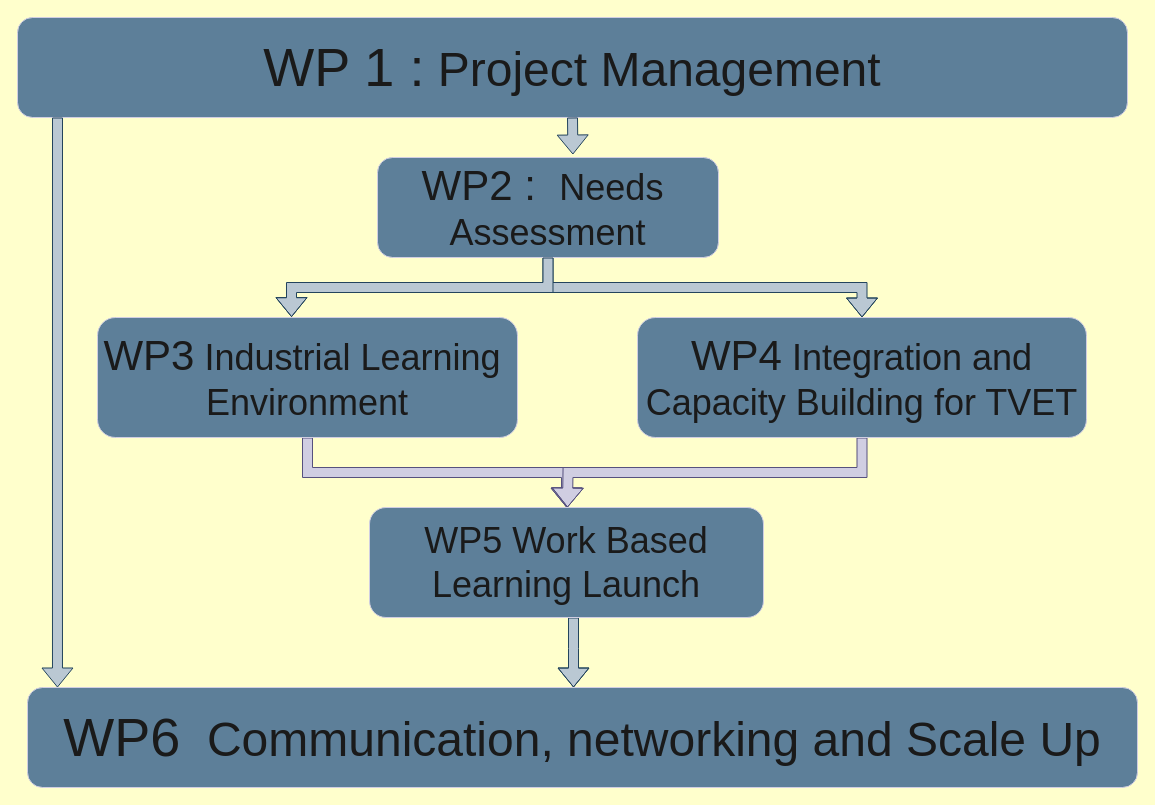
The draw.io diagram Work Package.drawio in Doreen-b-tronic/FT, before the edit. Source tidied: cells renumbered, new cells numbered last; positions are measured from the earlier drawing's top-left corner, leaving out a move shared by most shapes. Both pictures are drawn from the tidied source at 100%, with x=0, y=0 at pixel (17, 17).
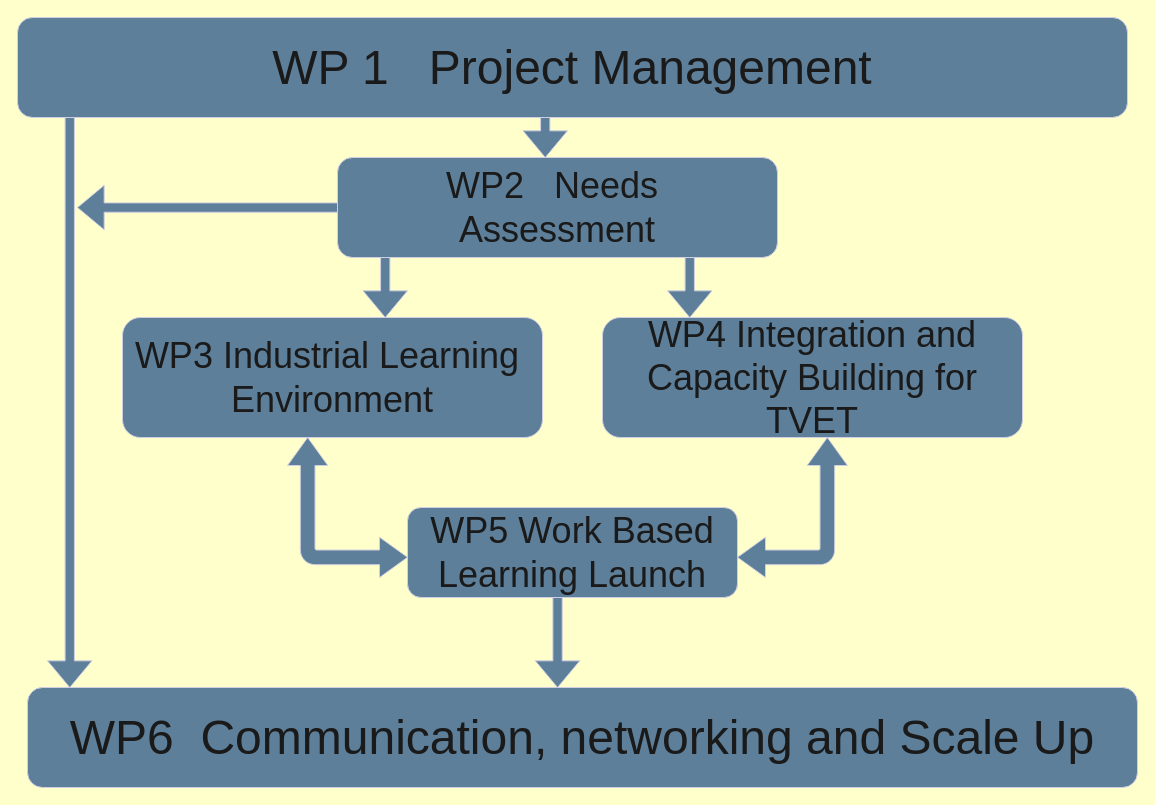
Above is the later version.

Change to the diagram source:
```diff
@@
 <mxGraphModel background="#FFFFCC">
   <root>
     <mxCell id="0" />
     <mxCell id="1" parent="0" />
-    <mxCell id="2" value="&lt;font style=&quot;font-size: 54px;&quot;&gt;WP 1 :&lt;/font&gt;&lt;font style=&quot;font-size: 48px;&quot;&gt;&amp;nbsp;Project Management&lt;/font&gt;" style="rounded=1;whiteSpace=wrap;html=1;labelBackgroundColor=none;fillColor=#5D7F99;strokeColor=#D0CEE2;fontColor=#1A1A1A;" parent="1" vertex="1">
+    <mxCell id="2" value="&lt;font style=&quot;font-size: 48px;&quot;&gt;WP 1&amp;nbsp; &amp;nbsp;Project Management&lt;/font&gt;" style="rounded=1;whiteSpace=wrap;html=1;labelBackgroundColor=none;fillColor=#5D7F99;strokeColor=#D0CEE2;fontColor=#1A1A1A;" parent="1" vertex="1">
       <mxGeometry width="1110" height="100" as="geometry" />
     </mxCell>
-    <mxCell id="3" style="edgeStyle=orthogonalEdgeStyle;shape=flexArrow;rounded=0;jettySize=auto;html=1;labelBackgroundColor=none;strokeColor=#23445d;fontColor=default;fillColor=#bac8d3;" parent="1" edge="1" source="4" target="8">
-      <mxGeometry relative="1" as="geometry" />
-    </mxCell>
-    <mxCell id="4" value="&lt;font style=&quot;font-size: 42px;&quot;&gt;WP2 :&amp;nbsp;&amp;nbsp;&lt;/font&gt;&lt;font style=&quot;font-size: 36px;&quot;&gt;Needs&amp;nbsp;&lt;br&gt;Assessment&lt;/font&gt;" style="rounded=1;whiteSpace=wrap;html=1;labelBackgroundColor=none;fillColor=#5D7F99;strokeColor=#D0CEE2;fontColor=#1A1A1A;" parent="1" vertex="1">
-      <mxGeometry x="360" y="140" width="341" height="100" as="geometry" />
+    <mxCell id="4" value="&lt;font style=&quot;font-size: 36px;&quot;&gt;WP2&amp;nbsp; &amp;nbsp;Needs&amp;nbsp;&lt;br&gt;Assessment&lt;/font&gt;" style="rounded=1;whiteSpace=wrap;html=1;labelBackgroundColor=none;fillColor=#5D7F99;strokeColor=#D0CEE2;fontColor=#1A1A1A;" parent="1" vertex="1">
+      <mxGeometry x="320" y="140" width="440" height="100" as="geometry" />
     </mxCell>
-    <mxCell id="5" style="edgeStyle=orthogonalEdgeStyle;shape=flexArrow;rounded=0;jettySize=auto;html=1;exitX=0.5;exitY=1;exitDx=0;exitDy=0;entryX=0.5;entryY=0;entryDx=0;entryDy=0;labelBackgroundColor=none;strokeColor=#56517e;fontColor=default;fillColor=#d0cee2;" parent="1" edge="1" source="6" target="10">
-      <mxGeometry relative="1" as="geometry" />
-    </mxCell>
-    <mxCell id="6" value="&lt;font style=&quot;font-size: 42px;&quot;&gt;WP3&lt;/font&gt;&lt;font style=&quot;font-size: 36px;&quot;&gt; Industrial Learning&amp;nbsp;&lt;br&gt;Environment&lt;/font&gt;" style="rounded=1;whiteSpace=wrap;html=1;labelBackgroundColor=none;fillColor=#5D7F99;strokeColor=#D0CEE2;fontColor=#1A1A1A;" parent="1" vertex="1">
-      <mxGeometry x="80" y="300" width="420" height="120" as="geometry" />
+    <mxCell id="6" value="&lt;font style=&quot;font-size: 36px;&quot;&gt;WP3 Industrial Learning&amp;nbsp;&lt;br&gt;Environment&lt;/font&gt;" style="rounded=1;whiteSpace=wrap;html=1;labelBackgroundColor=none;fillColor=#5D7F99;strokeColor=#D0CEE2;fontColor=#1A1A1A;" parent="1" vertex="1">
+      <mxGeometry x="105" y="300" width="420" height="120" as="geometry" />
     </mxCell>
-    <mxCell id="7" style="edgeStyle=orthogonalEdgeStyle;shape=flexArrow;rounded=0;jettySize=auto;html=1;exitX=0.5;exitY=1;exitDx=0;exitDy=0;labelBackgroundColor=none;strokeColor=#56517e;fontColor=default;fillColor=#d0cee2;" parent="1" edge="1" source="8">
-      <mxGeometry relative="1" as="geometry">
-        <mxPoint x="550" y="490" as="targetPoint" />
-      </mxGeometry>
-    </mxCell>
-    <mxCell id="8" value="&lt;font style=&quot;font-size: 42px;&quot;&gt;WP4&lt;/font&gt;&lt;font style=&quot;font-size: 36px;&quot;&gt; Integration and Capacity Building for TVET&lt;/font&gt;" style="rounded=1;whiteSpace=wrap;html=1;labelBackgroundColor=none;fillColor=#5D7F99;strokeColor=#D0CEE2;fontColor=#1A1A1A;" parent="1" vertex="1">
-      <mxGeometry x="620" y="300" width="449" height="120" as="geometry" />
+    <mxCell id="8" value="&lt;font style=&quot;font-size: 36px;&quot;&gt;WP4 Integration and Capacity Building for TVET&lt;/font&gt;" style="rounded=1;whiteSpace=wrap;html=1;labelBackgroundColor=none;fillColor=#5D7F99;strokeColor=#D0CEE2;fontColor=#1A1A1A;" parent="1" vertex="1">
+      <mxGeometry x="585" y="300" width="420" height="120" as="geometry" />
     </mxCell>
-    <mxCell id="9" style="edgeStyle=orthogonalEdgeStyle;rounded=0;jettySize=auto;html=1;shape=flexArrow;fillColor=#bac8d3;strokeColor=#23445d;" parent="1" edge="1" source="10" target="11">
-      <mxGeometry relative="1" as="geometry">
-        <Array as="points">
-          <mxPoint x="556" y="631" />
-          <mxPoint x="556" y="631" />
-        </Array>
-      </mxGeometry>
-    </mxCell>
     <mxCell id="10" value="&lt;font style=&quot;font-size: 36px;&quot;&gt;WP5 Work Based Learning Launch&lt;/font&gt;" style="rounded=1;whiteSpace=wrap;html=1;labelBackgroundColor=none;fillColor=#5D7F99;strokeColor=#D0CEE2;fontColor=#1A1A1A;" parent="1" vertex="1">
-      <mxGeometry x="352" y="490" width="394" height="110" as="geometry" />
+      <mxGeometry x="390" y="490" width="330" height="90" as="geometry" />
     </mxCell>
-    <mxCell id="11" value="&lt;font style=&quot;font-size: 54px;&quot;&gt;WP6&lt;/font&gt;&lt;font style=&quot;font-size: 48px;&quot;&gt;&amp;nbsp; Communication, networking and Scale Up&lt;/font&gt;" style="rounded=1;whiteSpace=wrap;html=1;labelBackgroundColor=none;fillColor=#5D7F99;strokeColor=#D0CEE2;fontColor=#1A1A1A;" parent="1" vertex="1">
+    <mxCell id="11" value="&lt;font style=&quot;font-size: 48px;&quot;&gt;WP6&amp;nbsp; Communication, networking and Scale Up&lt;/font&gt;" style="rounded=1;whiteSpace=wrap;html=1;labelBackgroundColor=none;fillColor=#5D7F99;strokeColor=#D0CEE2;fontColor=#1A1A1A;" parent="1" vertex="1">
       <mxGeometry x="10" y="670" width="1110" height="100" as="geometry" />
     </mxCell>
-    <mxCell id="12" style="edgeStyle=orthogonalEdgeStyle;rounded=0;jettySize=auto;html=1;entryX=0.027;entryY=0;entryDx=0;entryDy=0;entryPerimeter=0;shape=flexArrow;labelBackgroundColor=none;strokeColor=#23445d;fontColor=default;fillColor=#bac8d3;" parent="1" edge="1" target="11">
-      <mxGeometry relative="1" as="geometry">
-        <mxPoint x="40" y="100" as="sourcePoint" />
-        <Array as="points">
-          <mxPoint x="40" y="100" />
-        </Array>
-      </mxGeometry>
-    </mxCell>
-    <mxCell id="13" style="edgeStyle=orthogonalEdgeStyle;shape=flexArrow;rounded=0;jettySize=auto;html=1;exitX=0.5;exitY=1;exitDx=0;exitDy=0;entryX=0.573;entryY=-0.03;entryDx=0;entryDy=0;entryPerimeter=0;labelBackgroundColor=none;strokeColor=#23445d;fontColor=default;fillColor=#bac8d3;" parent="1" edge="1" source="2" target="4">
-      <mxGeometry relative="1" as="geometry" />
-    </mxCell>
-    <mxCell id="14" style="edgeLabel;html=1;align=center;verticalAlign=middle;strokeColor=#D0CEE2;fontColor=#1A1A1A;fillColor=#5D7F99;" parent="13" vertex="1">
-      <mxGeometry x="0.08" y="-4" relative="1" as="geometry" />
-    </mxCell>
-    <mxCell id="15" style="edgeStyle=orthogonalEdgeStyle;shape=flexArrow;rounded=0;jettySize=auto;html=1;exitX=0.5;exitY=1;exitDx=0;exitDy=0;entryX=0.462;entryY=-0.003;entryDx=0;entryDy=0;entryPerimeter=0;labelBackgroundColor=none;strokeColor=#23445d;fontColor=default;fillColor=#bac8d3;" parent="1" edge="1" source="4" target="6">
-      <mxGeometry relative="1" as="geometry" />
-    </mxCell>
+    <mxCell id="16" style="html=1;shadow=0;dashed=0;align=center;verticalAlign=middle;shape=mxgraph.arrows2.bendDoubleArrow;dy=7.33;dx=28;arrowHead=40.33;rounded=1;strokeColor=#D0CEE2;fontColor=#1A1A1A;fillColor=#5D7F99;direction=north;" parent="1" vertex="1">
+      <mxGeometry x="270" y="420" width="120" height="140" as="geometry" />
+    </mxCell>
+    <mxCell id="17" style="html=1;shadow=0;dashed=0;align=center;verticalAlign=middle;shape=mxgraph.arrows2.arrow;dy=0.79;dx=26.67;direction=south;notch=0;strokeColor=#D0CEE2;fontColor=#1A1A1A;fillColor=#5D7F99;" parent="1" vertex="1">
+      <mxGeometry x="505.5" y="100" width="44.5" height="40" as="geometry" />
+    </mxCell>
+    <mxCell id="18" style="html=1;shadow=0;dashed=0;align=center;verticalAlign=middle;shape=mxgraph.arrows2.arrow;dy=0.79;dx=26.67;direction=south;notch=0;strokeColor=#D0CEE2;fontColor=#1A1A1A;fillColor=#5D7F99;" parent="1" vertex="1">
+      <mxGeometry x="345.5" y="240" width="44.5" height="60" as="geometry" />
+    </mxCell>
+    <mxCell id="19" style="html=1;shadow=0;dashed=0;align=center;verticalAlign=middle;shape=mxgraph.arrows2.arrow;dy=0.79;dx=26.67;direction=south;notch=0;strokeColor=#D0CEE2;fontColor=#1A1A1A;fillColor=#5D7F99;" parent="1" vertex="1">
+      <mxGeometry x="650" y="240" width="44.5" height="60" as="geometry" />
+    </mxCell>
+    <mxCell id="20" style="html=1;shadow=0;dashed=0;align=center;verticalAlign=middle;shape=mxgraph.arrows2.arrow;dy=0.79;dx=26.67;direction=south;notch=0;strokeColor=#D0CEE2;fontColor=#1A1A1A;fillColor=#5D7F99;" parent="1" vertex="1">
+      <mxGeometry x="517.8" y="580" width="44.5" height="90" as="geometry" />
+    </mxCell>
+    <mxCell id="21" style="html=1;shadow=0;dashed=0;align=center;verticalAlign=middle;shape=mxgraph.arrows2.arrow;dy=0.79;dx=26.67;direction=south;notch=0;strokeColor=#D0CEE2;fontColor=#1A1A1A;fillColor=#5D7F99;" parent="1" vertex="1">
+      <mxGeometry x="30" y="100" width="44.5" height="570" as="geometry" />
+    </mxCell>
+    <mxCell id="22" style="html=1;shadow=0;dashed=0;align=center;verticalAlign=middle;shape=mxgraph.arrows2.arrow;dy=0.79;dx=26.67;direction=west;notch=0;strokeColor=#D0CEE2;fontColor=#1A1A1A;fillColor=#5D7F99;" parent="1" vertex="1">
+      <mxGeometry x="60" y="167.8" width="260" height="44.5" as="geometry" />
+    </mxCell>
+    <mxCell id="23" style="html=1;shadow=0;dashed=0;align=center;verticalAlign=middle;shape=mxgraph.arrows2.bendDoubleArrow;dy=7.33;dx=28;arrowHead=40.33;rounded=1;strokeColor=#D0CEE2;fontColor=#1A1A1A;fillColor=#5D7F99;direction=west;" parent="1" vertex="1">
+      <mxGeometry x="720" y="420" width="110" height="140" as="geometry" />
+    </mxCell>
   </root>
 </mxGraphModel>
```
